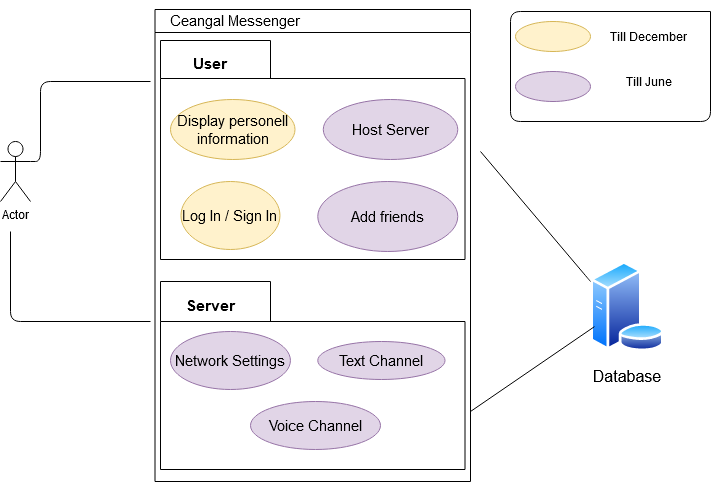
This is UseCaseDiagram.png from LorenzSeufert/CeangalMessenger---Documentation, a draw.io export, as it was before one commit. Source tidied: cells renumbered, new cells last; positions are measured from the earlier drawing's top-left corner, leaving out a move shared by most shapes.
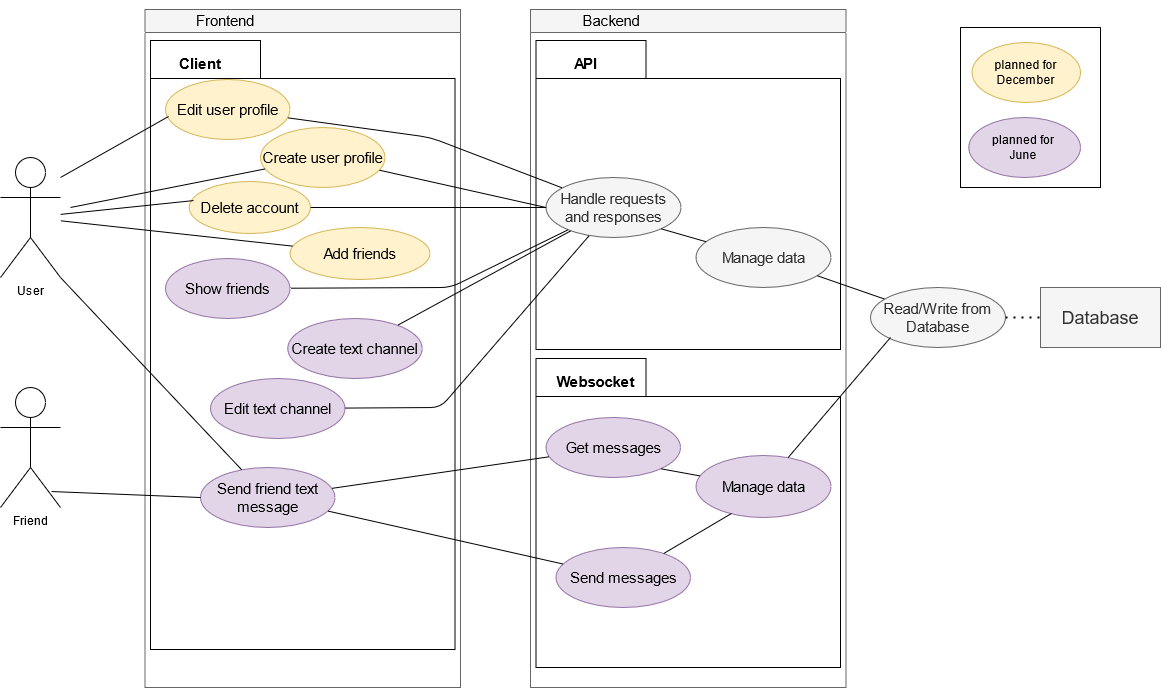
Later version of the same file.

What changed in the source:
```diff
@@ -2,108 +2,179 @@
   <root>
     <mxCell id="0" />
     <mxCell id="1" parent="0" />
-    <mxCell id="2" style="swimlane;whiteSpace=wrap;startSize=23;" parent="1" vertex="1">
-      <mxGeometry x="154.5" y="9" width="315.5" height="472" as="geometry" />
+    <mxCell id="2" style="swimlane;whiteSpace=wrap;startSize=23;fillColor=#f5f5f5;strokeColor=#666666;fontColor=#333333;" parent="1" vertex="1">
+      <mxGeometry x="154.5" y="-57" width="315.5" height="678" as="geometry" />
     </mxCell>
     <mxCell id="3" style="shape=folder;fontStyle=1;spacingTop=10;tabWidth=110;tabHeight=38;tabPosition=left;html=1;strokeColor=#000000;fillColor=none;fontSize=15;" parent="2" vertex="1">
-      <mxGeometry x="5.5" y="31" width="304.5" height="219" as="geometry" />
+      <mxGeometry x="5.5" y="31" width="304.5" height="609" as="geometry" />
     </mxCell>
-    <mxCell id="4" value="User" style="text;align=center;fontStyle=1;verticalAlign=middle;spacingLeft=3;spacingRight=3;strokeColor=none;fillColor=none;fontSize=15;" parent="2" vertex="1">
+    <mxCell id="4" value="Client" style="text;align=center;fontStyle=1;verticalAlign=middle;spacingLeft=3;spacingRight=3;strokeColor=none;fillColor=none;fontSize=15;" parent="2" vertex="1">
       <mxGeometry x="15.5" y="40" width="80" height="26" as="geometry" />
     </mxCell>
-    <mxCell id="5" value="Display personell information" style="ellipse;whiteSpace=wrap;html=1;strokeColor=#d6b656;fillColor=#fff2cc;fontSize=15;" parent="2" vertex="1">
-      <mxGeometry x="15.5" y="90" width="124.5" height="60" as="geometry" />
+    <mxCell id="5" value="Edit user profile" style="ellipse;whiteSpace=wrap;html=1;strokeColor=#d6b656;fillColor=#fff2cc;fontSize=15;" parent="2" vertex="1">
+      <mxGeometry x="20.5" y="70" width="124.5" height="60" as="geometry" />
     </mxCell>
-    <mxCell id="6" value="Host Server" style="ellipse;whiteSpace=wrap;html=1;strokeColor=#9673a6;fillColor=#e1d5e7;fontSize=15;" parent="2" vertex="1">
-      <mxGeometry x="168.3" y="90" width="134.5" height="60" as="geometry" />
+    <mxCell id="6" value="Create text channel" style="ellipse;whiteSpace=wrap;html=1;strokeColor=#9673a6;fillColor=#e1d5e7;fontSize=15;" parent="2" vertex="1">
+      <mxGeometry x="142.7" y="309" width="134.5" height="60" as="geometry" />
     </mxCell>
-    <mxCell id="7" value="Add friends" style="ellipse;whiteSpace=wrap;html=1;strokeColor=#9673a6;fillColor=#e1d5e7;fontSize=15;" parent="2" vertex="1">
-      <mxGeometry x="162.8" y="172" width="140" height="70" as="geometry" />
+    <mxCell id="7" value="Add friends" style="ellipse;whiteSpace=wrap;html=1;strokeColor=#d6b656;fillColor=#fff2cc;fontSize=15;" parent="2" vertex="1">
+      <mxGeometry x="145" y="218" width="140" height="52" as="geometry" />
     </mxCell>
-    <mxCell id="8" value="Log In / Sign In" style="ellipse;whiteSpace=wrap;html=1;strokeColor=#d6b656;fillColor=#fff2cc;fontSize=15;" parent="2" vertex="1">
-      <mxGeometry x="26" y="172" width="99" height="68" as="geometry" />
+    <mxCell id="8" value="Delete account" style="ellipse;whiteSpace=wrap;html=1;strokeColor=#d6b656;fillColor=#fff2cc;fontSize=15;" parent="2" vertex="1">
+      <mxGeometry x="44.2" y="172" width="121.3" height="52" as="geometry" />
     </mxCell>
-    <mxCell id="9" style="shape=folder;fontStyle=1;spacingTop=10;tabWidth=110;tabHeight=40;tabPosition=left;html=1;strokeColor=#000000;fillColor=none;fontSize=15;" parent="2" vertex="1">
-      <mxGeometry x="5.5" y="272" width="304.5" height="188" as="geometry" />
-    </mxCell>
-    <mxCell id="10" value="Server" style="text;align=center;fontStyle=1;verticalAlign=middle;spacingLeft=3;spacingRight=3;strokeColor=none;fillColor=none;fontSize=15;" parent="2" vertex="1">
-      <mxGeometry x="15.5" y="282" width="80" height="26" as="geometry" />
-    </mxCell>
-    <mxCell id="11" value="Network Settings" style="ellipse;whiteSpace=wrap;html=1;strokeColor=#9673a6;fillColor=#e1d5e7;fontSize=15;" parent="2" vertex="1">
-      <mxGeometry x="15.5" y="322" width="119.9" height="58" as="geometry" />
-    </mxCell>
-    <mxCell id="12" value="Text Channel" style="ellipse;whiteSpace=wrap;html=1;strokeColor=#9673a6;fillColor=#e1d5e7;fontSize=15;" parent="2" vertex="1">
-      <mxGeometry x="162.8" y="332" width="127.2" height="38" as="geometry" />
-    </mxCell>
-    <mxCell id="13" value="Voice Channel" style="ellipse;whiteSpace=wrap;html=1;strokeColor=#9673a6;fillColor=#e1d5e7;fontSize=15;" parent="2" vertex="1">
-      <mxGeometry x="95.5" y="392" width="130" height="48" as="geometry" />
-    </mxCell>
-    <mxCell id="14" value="Ceangal Messenger" style="text;html=1;align=center;verticalAlign=middle;whiteSpace=wrap;rounded=0;fontSize=15;" parent="2" vertex="1">
+    <mxCell id="14" value="Frontend" style="text;html=1;align=center;verticalAlign=middle;whiteSpace=wrap;rounded=0;fontSize=15;" parent="2" vertex="1">
       <mxGeometry x="-4.5" y="-9" width="170" height="40" as="geometry" />
     </mxCell>
+    <mxCell id="27" value="Edit text channel" style="ellipse;whiteSpace=wrap;html=1;strokeColor=#9673a6;fillColor=#e1d5e7;fontSize=15;" parent="2" vertex="1">
+      <mxGeometry x="65.5" y="369" width="134.5" height="60" as="geometry" />
+    </mxCell>
+    <mxCell id="28" value="Send friend text message" style="ellipse;whiteSpace=wrap;html=1;strokeColor=#9673a6;fillColor=#e1d5e7;fontSize=15;" parent="2" vertex="1">
+      <mxGeometry x="55.5" y="458" width="134.5" height="60" as="geometry" />
+    </mxCell>
+    <mxCell id="29" value="Show friends" style="ellipse;whiteSpace=wrap;html=1;strokeColor=#9673a6;fillColor=#e1d5e7;fontSize=15;" parent="2" vertex="1">
+      <mxGeometry x="20.5" y="249" width="124.5" height="60" as="geometry" />
+    </mxCell>
+    <mxCell id="30" value="Create user profile" style="ellipse;whiteSpace=wrap;html=1;strokeColor=#d6b656;fillColor=#fff2cc;fontSize=15;" parent="2" vertex="1">
+      <mxGeometry x="115.5" y="118" width="124.5" height="60" as="geometry" />
+    </mxCell>
-    <mxCell id="15" value="Actor" style="shape=umlActor;verticalLabelPosition=bottom;verticalAlign=top;html=1;" parent="1" vertex="1">
-      <mxGeometry y="141" width="30" height="60" as="geometry" />
+    <mxCell id="15" value="User" style="shape=umlActor;verticalLabelPosition=bottom;verticalAlign=top;html=1;" parent="1" vertex="1">
+      <mxGeometry x="10" y="91" width="60" height="120" as="geometry" />
     </mxCell>
-    <mxCell id="16" style="perimeter=ellipsePerimeter;html=1;align=center;shadow=0;dashed=0;spacingTop=3;image;image=img/lib/active_directory/database_server.svg;strokeColor=#000000;fillColor=none;fontSize=15;" parent="1" vertex="1">
-      <mxGeometry x="590" y="261" width="73.8" height="90" as="geometry" />
-    </mxCell>
+    <mxCell id="31" style="endArrow=none;html=1;entryX=0.024;entryY=0.617;entryDx=0;entryDy=0;entryPerimeter=0;" parent="1" edge="1" target="5">
+      <mxGeometry relative="1" as="geometry">
+        <mxPoint x="70" y="111" as="sourcePoint" />
+      </mxGeometry>
+    </mxCell>
+    <mxCell id="32" style="endArrow=none;html=1;" parent="1" edge="1" target="30">
+      <mxGeometry relative="1" as="geometry">
+        <mxPoint x="80" y="141" as="sourcePoint" />
+      </mxGeometry>
+    </mxCell>
+    <mxCell id="33" style="endArrow=none;html=1;entryX=0.036;entryY=0.367;entryDx=0;entryDy=0;entryPerimeter=0;" parent="1" edge="1" source="15" target="8">
+      <mxGeometry relative="1" as="geometry" />
+    </mxCell>
+    <mxCell id="34" style="endArrow=none;html=1;" parent="1" edge="1" source="15" target="7">
+      <mxGeometry relative="1" as="geometry" />
+    </mxCell>
+    <mxCell id="35" style="swimlane;whiteSpace=wrap;startSize=23;fillColor=#f5f5f5;strokeColor=#666666;fontColor=#333333;" parent="1" vertex="1">
+      <mxGeometry x="540" y="-57" width="315.5" height="678" as="geometry" />
+    </mxCell>
+    <mxCell id="36" style="shape=folder;fontStyle=1;spacingTop=10;tabWidth=110;tabHeight=38;tabPosition=left;html=1;strokeColor=#000000;fillColor=none;fontSize=15;" parent="35" vertex="1">
+      <mxGeometry x="5.5" y="31" width="304.5" height="309" as="geometry" />
+    </mxCell>
+    <mxCell id="37" value="API" style="text;align=center;fontStyle=1;verticalAlign=middle;spacingLeft=3;spacingRight=3;strokeColor=none;fillColor=none;fontSize=15;" parent="35" vertex="1">
+      <mxGeometry x="15.5" y="40" width="80" height="26" as="geometry" />
+    </mxCell>
+    <mxCell id="38" value="Backend" style="text;html=1;align=center;verticalAlign=middle;whiteSpace=wrap;rounded=0;fontSize=15;" parent="35" vertex="1">
+      <mxGeometry x="-4.5" y="-9" width="170" height="40" as="geometry" />
+    </mxCell>
+    <mxCell id="39" value="Handle requests and responses" style="ellipse;whiteSpace=wrap;html=1;strokeColor=#666666;fillColor=#f5f5f5;fontSize=15;fontColor=#333333;" parent="35" vertex="1">
+      <mxGeometry x="15.5" y="168" width="135" height="60" as="geometry" />
+    </mxCell>
+    <mxCell id="40" style="shape=folder;fontStyle=1;spacingTop=10;tabWidth=110;tabHeight=38;tabPosition=left;html=1;strokeColor=#000000;fillColor=none;fontSize=15;" parent="35" vertex="1">
+      <mxGeometry x="5.5" y="349" width="304.5" height="309" as="geometry" />
+    </mxCell>
+    <mxCell id="41" value="Websocket" style="text;align=center;fontStyle=1;verticalAlign=middle;spacingLeft=3;spacingRight=3;strokeColor=none;fillColor=none;fontSize=15;" parent="35" vertex="1">
+      <mxGeometry x="25.5" y="358" width="80" height="26" as="geometry" />
+    </mxCell>
+    <mxCell id="42" value="Manage data" style="ellipse;whiteSpace=wrap;html=1;strokeColor=#666666;fillColor=#f5f5f5;fontSize=15;fontColor=#333333;" parent="35" vertex="1">
+      <mxGeometry x="165.5" y="218" width="135" height="60" as="geometry" />
+    </mxCell>
+    <mxCell id="43" style="endArrow=none;html=1;exitX=1;exitY=1;exitDx=0;exitDy=0;" parent="35" edge="1" source="39" target="42">
+      <mxGeometry relative="1" as="geometry" />
+    </mxCell>
+    <mxCell id="44" value="Get messages" style="ellipse;whiteSpace=wrap;html=1;strokeColor=#9673a6;fillColor=#e1d5e7;fontSize=15;" parent="35" vertex="1">
+      <mxGeometry x="15.5" y="408" width="134.5" height="60" as="geometry" />
+    </mxCell>
+    <mxCell id="45" value="Send messages" style="ellipse;whiteSpace=wrap;html=1;strokeColor=#9673a6;fillColor=#e1d5e7;fontSize=15;" parent="35" vertex="1">
+      <mxGeometry x="25.5" y="538" width="134.5" height="60" as="geometry" />
+    </mxCell>
+    <mxCell id="46" value="Manage data" style="ellipse;whiteSpace=wrap;html=1;strokeColor=#9673a6;fillColor=#e1d5e7;fontSize=15;" parent="35" vertex="1">
+      <mxGeometry x="165.5" y="446" width="135" height="62" as="geometry" />
+    </mxCell>
+    <mxCell id="47" style="endArrow=none;html=1;exitX=1;exitY=1;exitDx=0;exitDy=0;" parent="35" edge="1" source="44" target="46">
+      <mxGeometry relative="1" as="geometry" />
+    </mxCell>
+    <mxCell id="48" style="endArrow=none;html=1;entryX=0.263;entryY=0.935;entryDx=0;entryDy=0;entryPerimeter=0;" parent="35" edge="1" source="45" target="46">
+      <mxGeometry relative="1" as="geometry" />
+    </mxCell>
+    <mxCell id="49" style="endArrow=none;html=1;" parent="1" edge="1" source="5" target="39">
+      <mxGeometry relative="1" as="geometry">
+        <Array as="points">
+          <mxPoint x="440" y="71" />
+        </Array>
+      </mxGeometry>
+    </mxCell>
+    <mxCell id="50" style="endArrow=none;html=1;entryX=0;entryY=0.5;entryDx=0;entryDy=0;" parent="1" edge="1" source="30" target="39">
+      <mxGeometry relative="1" as="geometry" />
+    </mxCell>
+    <mxCell id="51" style="endArrow=none;html=1;entryX=0;entryY=0.5;entryDx=0;entryDy=0;" parent="1" edge="1" source="8" target="39">
+      <mxGeometry relative="1" as="geometry" />
+    </mxCell>
-    <mxCell id="17" value="&lt;font style=&quot;font-size: 16px&quot;&gt;Database&lt;/font&gt;" style="text;html=1;strokeColor=none;fillColor=none;align=center;verticalAlign=middle;whiteSpace=wrap;rounded=0;" parent="1" vertex="1">
-      <mxGeometry x="541.9" y="351" width="170" height="50" as="geometry" />
+    <mxCell id="17" value="&lt;font style=&quot;font-size: 18px&quot;&gt;Database&lt;/font&gt;" style="rounded=0;whiteSpace=wrap;html=1;fillColor=#f5f5f5;strokeColor=#666666;fontColor=#333333;" parent="1" vertex="1">
+      <mxGeometry x="1050" y="221" width="120" height="60" as="geometry" />
     </mxCell>
-    <mxCell id="18" style="endArrow=none;html=1;" parent="1" edge="1">
-      <mxGeometry relative="1" as="geometry">
-        <mxPoint x="480" y="151" as="sourcePoint" />
-        <mxPoint x="590" y="281" as="targetPoint" />
-        <Array as="points">
-          <mxPoint x="590" y="281" />
-        </Array>
-      </mxGeometry>
-    </mxCell>
-    <mxCell id="19" style="endArrow=none;html=1;entryX=0;entryY=0.75;entryDx=0;entryDy=0;" parent="1" edge="1" target="16">
-      <mxGeometry relative="1" as="geometry">
-        <mxPoint x="470" y="411" as="sourcePoint" />
-      </mxGeometry>
-    </mxCell>
-    <mxCell id="20" style="endArrow=none;html=1;exitX=1;exitY=0.3333333333333333;exitDx=0;exitDy=0;exitPerimeter=0;" parent="1" edge="1" source="15">
-      <mxGeometry relative="1" as="geometry">
-        <mxPoint x="150" y="81" as="targetPoint" />
-        <Array as="points">
-          <mxPoint x="40" y="161" />
-          <mxPoint x="40" y="81" />
-        </Array>
-      </mxGeometry>
-    </mxCell>
-    <mxCell id="21" style="endArrow=none;html=1;" parent="1" edge="1">
-      <mxGeometry relative="1" as="geometry">
-        <mxPoint x="10" y="231" as="sourcePoint" />
-        <mxPoint x="150" y="321" as="targetPoint" />
-        <Array as="points">
-          <mxPoint x="10" y="321" />
-        </Array>
-      </mxGeometry>
-    </mxCell>
+    <mxCell id="52" value="Read/Write from Database" style="ellipse;whiteSpace=wrap;html=1;strokeColor=#666666;fillColor=#f5f5f5;fontSize=15;fontColor=#333333;" parent="1" vertex="1">
+      <mxGeometry x="880" y="221" width="135" height="60" as="geometry" />
+    </mxCell>
+    <mxCell id="53" style="endArrow=none;html=1;" parent="1" edge="1" source="42" target="52">
+      <mxGeometry relative="1" as="geometry" />
+    </mxCell>
+    <mxCell id="54" style="endArrow=none;dashed=1;html=1;dashPattern=1 3;strokeWidth=2;exitX=1;exitY=0.5;exitDx=0;exitDy=0;" parent="1" edge="1" source="52" target="17">
+      <mxGeometry relative="1" as="geometry" />
+    </mxCell>
+    <mxCell id="55" style="endArrow=none;html=1;" parent="1" edge="1" source="46">
+      <mxGeometry relative="1" as="geometry">
+        <mxPoint x="900" y="271" as="targetPoint" />
+      </mxGeometry>
+    </mxCell>
+    <mxCell id="56" style="endArrow=none;html=1;" parent="1" edge="1" source="29" target="39">
+      <mxGeometry relative="1" as="geometry">
+        <Array as="points">
+          <mxPoint x="460" y="221" />
+        </Array>
+      </mxGeometry>
+    </mxCell>
+    <mxCell id="57" style="endArrow=none;html=1;" parent="1" edge="1" source="6" target="39">
+      <mxGeometry relative="1" as="geometry" />
+    </mxCell>
+    <mxCell id="58" style="endArrow=none;html=1;" parent="1" edge="1" source="27" target="39">
+      <mxGeometry relative="1" as="geometry">
+        <Array as="points">
+          <mxPoint x="450" y="341" />
+        </Array>
+      </mxGeometry>
+    </mxCell>
+    <mxCell id="59" style="endArrow=none;html=1;exitX=1;exitY=1;exitDx=0;exitDy=0;exitPerimeter=0;" parent="1" edge="1" source="15" target="28">
+      <mxGeometry relative="1" as="geometry" />
+    </mxCell>
+    <mxCell id="60" style="endArrow=none;html=1;" parent="1" edge="1" source="28" target="44">
+      <mxGeometry relative="1" as="geometry" />
+    </mxCell>
+    <mxCell id="61" style="endArrow=none;html=1;" parent="1" edge="1" source="45" target="28">
+      <mxGeometry relative="1" as="geometry" />
+    </mxCell>
+    <mxCell id="62" value="Friend" style="shape=umlActor;verticalLabelPosition=bottom;verticalAlign=top;html=1;" parent="1" vertex="1">
+      <mxGeometry x="10" y="321" width="60" height="120" as="geometry" />
+    </mxCell>
+    <mxCell id="63" style="endArrow=none;html=1;exitX=0.85;exitY=0.867;exitDx=0;exitDy=0;exitPerimeter=0;entryX=0;entryY=0.5;entryDx=0;entryDy=0;" parent="1" edge="1" source="62" target="28">
+      <mxGeometry relative="1" as="geometry" />
+    </mxCell>
+    <mxCell id="64" style="swimlane;startSize=0;" parent="1" vertex="1">
+      <mxGeometry x="970" y="-39" width="140" height="160" as="geometry" />
+    </mxCell>
-    <mxCell id="22" style="ellipse;whiteSpace=wrap;html=1;fillColor=#fff2cc;strokeColor=#d6b656;" parent="1" vertex="1">
-      <mxGeometry x="515" y="21" width="75" height="30" as="geometry" />
+    <mxCell id="22" style="ellipse;whiteSpace=wrap;html=1;fillColor=#fff2cc;strokeColor=#d6b656;" parent="64" vertex="1">
+      <mxGeometry x="11.6" y="15" width="108.5" height="60" as="geometry" />
     </mxCell>
+    <mxCell id="24" value="planned for December" style="text;html=1;strokeColor=none;fillColor=none;align=center;verticalAlign=middle;whiteSpace=wrap;rounded=0;" parent="64" vertex="1">
+      <mxGeometry x="24.2" y="30" width="83.1" height="30" as="geometry" />
+    </mxCell>
-    <mxCell id="23" style="ellipse;whiteSpace=wrap;html=1;fillColor=#e1d5e7;strokeColor=#9673a6;" parent="1" vertex="1">
-      <mxGeometry x="515" y="71" width="75" height="30" as="geometry" />
+    <mxCell id="23" style="ellipse;whiteSpace=wrap;html=1;fillColor=#e1d5e7;strokeColor=#9673a6;" parent="64" vertex="1">
+      <mxGeometry x="8.3" y="90" width="111.7" height="60" as="geometry" />
     </mxCell>
-    <mxCell id="24" value="Till December" style="text;html=1;strokeColor=none;fillColor=none;align=center;verticalAlign=middle;whiteSpace=wrap;rounded=0;" parent="1" vertex="1">
-      <mxGeometry x="606.9" y="21" width="83.1" height="30" as="geometry" />
-    </mxCell>
-    <mxCell id="25" value="Till June" style="text;html=1;strokeColor=none;fillColor=none;align=center;verticalAlign=middle;whiteSpace=wrap;rounded=0;" parent="1" vertex="1">
-      <mxGeometry x="612.7" y="61" width="71.5" height="40" as="geometry" />
+    <mxCell id="25" value="planned for June" style="text;html=1;strokeColor=none;fillColor=none;align=center;verticalAlign=middle;whiteSpace=wrap;rounded=0;" parent="64" vertex="1">
+      <mxGeometry x="25.8" y="100" width="74.2" height="40" as="geometry" />
     </mxCell>
-    <mxCell id="26" style="endArrow=none;html=1;" parent="1" edge="1">
-      <mxGeometry relative="1" as="geometry">
-        <mxPoint x="710" y="11" as="sourcePoint" />
-        <mxPoint x="710" y="11" as="targetPoint" />
-        <Array as="points">
-          <mxPoint x="710" y="121" />
-          <mxPoint x="510" y="121" />
-          <mxPoint x="510" y="11" />
-        </Array>
-      </mxGeometry>
-    </mxCell>
   </root>
 </mxGraphModel>
```
